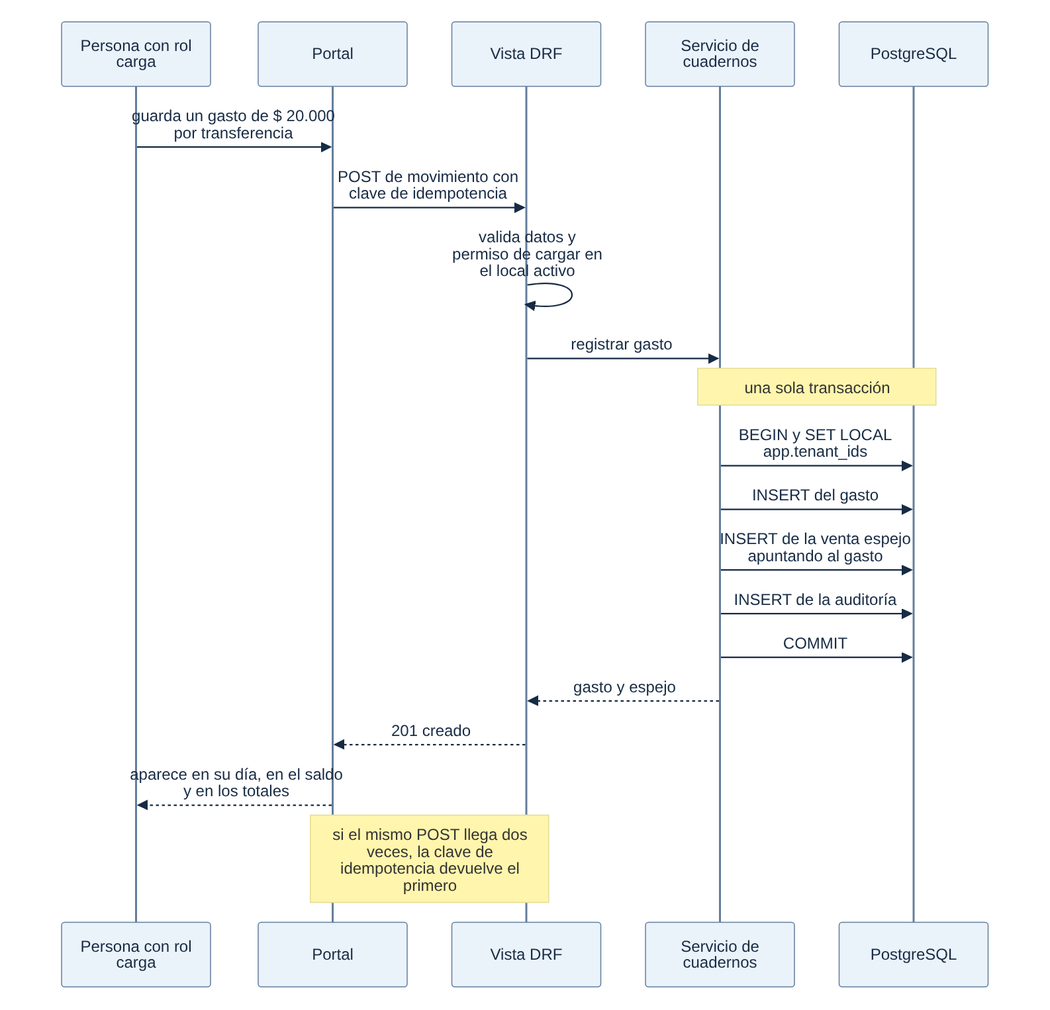
The Mermaid diagram docs/diagramas/png/TEC-01.png in aleharo2003/floky-cuadernos, before a commit. Its source is kept beside it as docs/diagramas/fuentes/TEC-01.mmd.
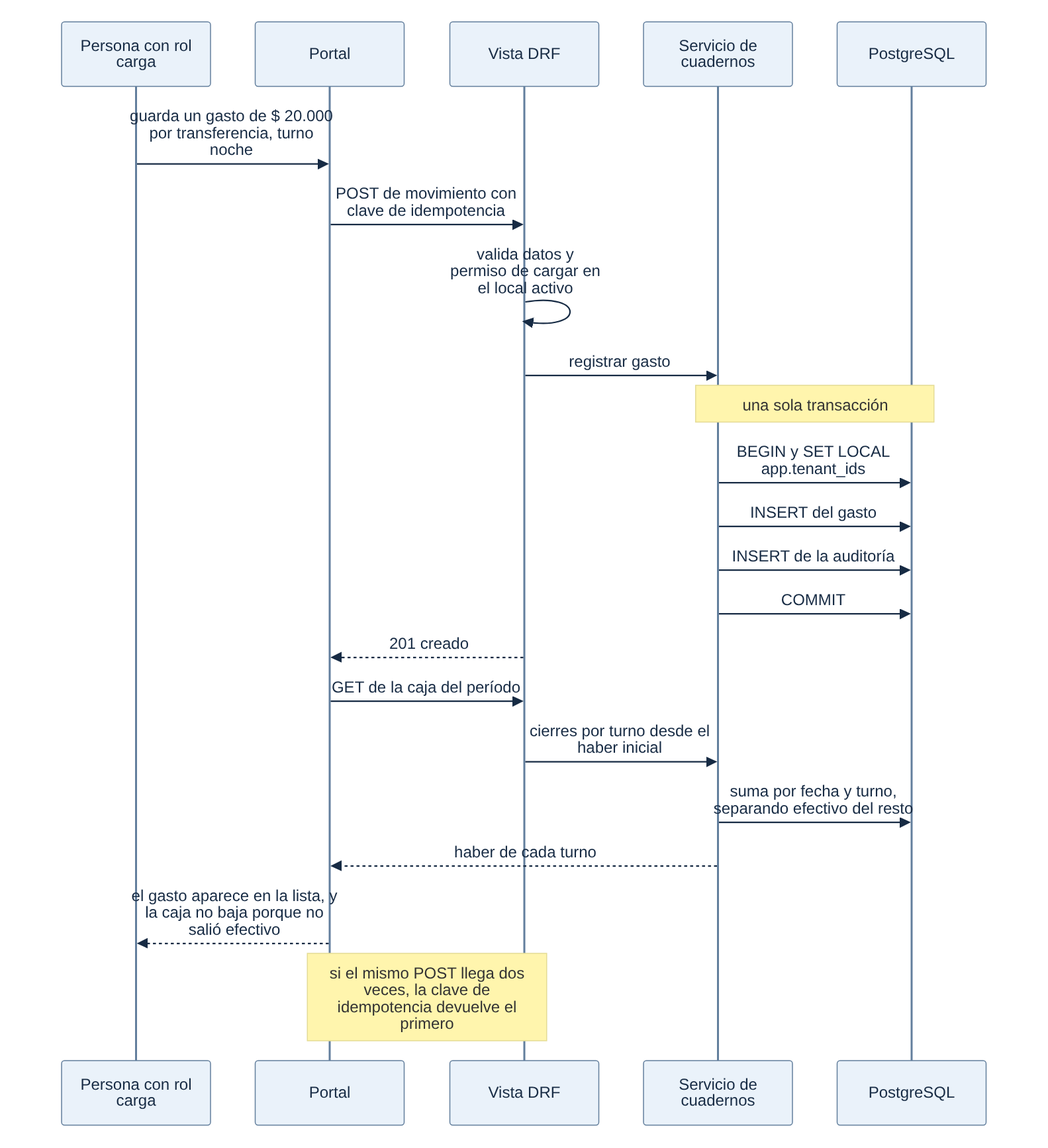
After the change.

The edit, as a diff of the source:
```diff
@@ -4,17 +4,19 @@
     participant V as Vista DRF
     participant S as Servicio de cuadernos
     participant DB as PostgreSQL
-    P->>UI: guarda un gasto de $ 20.000 por transferencia
+    P->>UI: guarda un gasto de $ 20.000 por transferencia, turno noche
     UI->>V: POST de movimiento con clave de idempotencia
     V->>V: valida datos y permiso de cargar en el local activo
     V->>S: registrar gasto
     Note over S,DB: una sola transacción
     S->>DB: BEGIN y SET LOCAL app.tenant_ids
     S->>DB: INSERT del gasto
-    S->>DB: INSERT de la venta espejo apuntando al gasto
     S->>DB: INSERT de la auditoría
     S->>DB: COMMIT
-    S-->>V: gasto y espejo
     V-->>UI: 201 creado
-    UI-->>P: aparece en su día, en el saldo y en los totales
+    UI->>V: GET de la caja del período
+    V->>S: cierres por turno desde el haber inicial
+    S->>DB: suma por fecha y turno, separando efectivo del resto
+    S-->>UI: haber de cada turno
+    UI-->>P: el gasto aparece en la lista, y la caja no baja porque no salió efectivo
     Note over UI,V: si el mismo POST llega dos veces, la clave de idempotencia devuelve el primero
```
